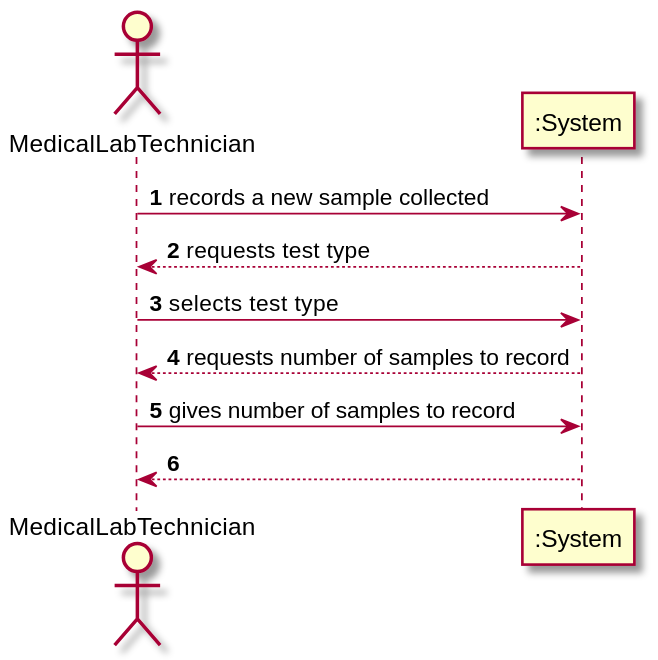
Earlier version of the PlantUML export docs/SprintC/US5/US5_SSD.svg (MadDinosaur/ISEP-LAPR2). The source it was exported from:
```plantuml
@startuml

autonumber

actor MedicalLabTechnician as mlt
participant ":System" as sys
mlt -> sys: records a new sample collected
sys --> mlt: requests test type
mlt -> sys: selects test type
sys --> mlt: requests number of samples to record
mlt -> sys: gives number of samples to record
sys --> mlt:

@enduml
```
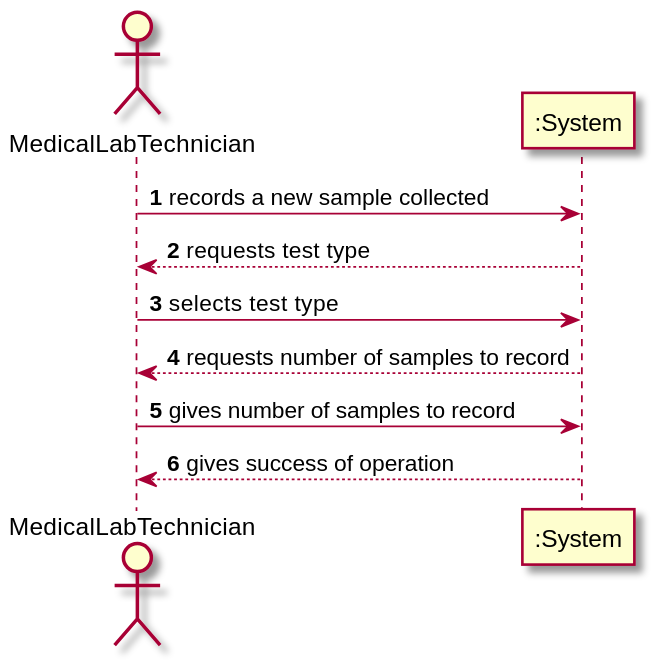
The same file after the commit.

The edit, as a diff of the source:
```diff
@@ -9,6 +9,6 @@
 mlt -> sys: selects test type
 sys --> mlt: requests number of samples to record
 mlt -> sys: gives number of samples to record
-sys --> mlt:
+sys --> mlt: gives success of operation
 
 @enduml
```
